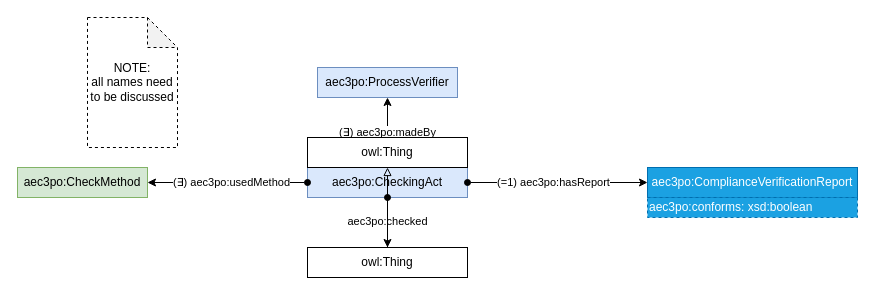
The draw.io diagram page "Copy of checking_act" (5 of 48) of src/aec3po.drawio in Accord-Project/aec3po, before the edit. Source tidied: cells renumbered, new cells numbered last; positions are measured from the earlier drawing's top-left corner, leaving out a move shared by most shapes. Both pictures are drawn from the tidied source at 100%, with x=0, y=0 at pixel (17, 17).
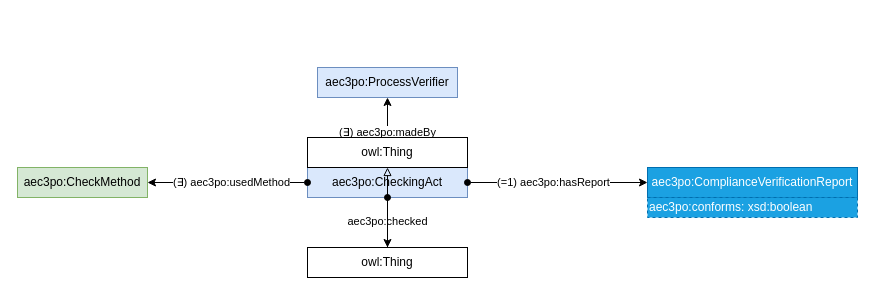
The same diagram, later.

Diff of the diagram source:
```diff
@@
 <mxGraphModel>
   <root>
     <mxCell id="0" />
     <mxCell id="1" parent="0" />
     <mxCell id="2" value="aec3po:CheckMethod" style="rounded=0;whiteSpace=wrap;html=1;snapToPoint=1;points=[[0.1,0],[0.2,0],[0.3,0],[0.4,0],[0.5,0],[0.6,0],[0.7,0],[0.8,0],[0.9,0],[0,0.1],[0,0.3],[0,0.5],[0,0.7],[0,0.9],[0.1,1],[0.2,1],[0.3,1],[0.4,1],[0.5,1],[0.6,1],[0.7,1],[0.8,1],[0.9,1],[1,0.1],[1,0.3],[1,0.5],[1,0.7],[1,0.9]];fillColor=#d5e8d4;strokeColor=#82b366;" parent="1" vertex="1">
       <mxGeometry y="150" width="130" height="30" as="geometry" />
     </mxCell>
     <mxCell id="3" value="aec3po:CheckingAct" style="rounded=0;whiteSpace=wrap;html=1;snapToPoint=1;points=[[0.1,0],[0.2,0],[0.3,0],[0.4,0],[0.5,0],[0.6,0],[0.7,0],[0.8,0],[0.9,0],[0,0.1],[0,0.3],[0,0.5],[0,0.7],[0,0.9],[0.1,1],[0.2,1],[0.3,1],[0.4,1],[0.5,1],[0.6,1],[0.7,1],[0.8,1],[0.9,1],[1,0.1],[1,0.3],[1,0.5],[1,0.7],[1,0.9]];fillColor=#dae8fc;strokeColor=#6c8ebf;" parent="1" vertex="1">
       <mxGeometry x="290" y="150" width="160" height="30" as="geometry" />
     </mxCell>
     <mxCell id="4" value="aec3po:ProcessVerifier" style="rounded=0;whiteSpace=wrap;html=1;snapToPoint=1;points=[[0.1,0],[0.2,0],[0.3,0],[0.4,0],[0.5,0],[0.6,0],[0.7,0],[0.8,0],[0.9,0],[0,0.1],[0,0.3],[0,0.5],[0,0.7],[0,0.9],[0.1,1],[0.2,1],[0.3,1],[0.4,1],[0.5,1],[0.6,1],[0.7,1],[0.8,1],[0.9,1],[1,0.1],[1,0.3],[1,0.5],[1,0.7],[1,0.9]];fillColor=#dae8fc;strokeColor=#6c8ebf;" parent="1" vertex="1">
       <mxGeometry x="300" y="50" width="140" height="30" as="geometry" />
     </mxCell>
     <mxCell id="5" value="(∃) aec3po:madeBy" style="edgeStyle=orthogonalEdgeStyle;rounded=0;jettySize=auto;html=1;entryX=0.5;entryY=1;entryDx=0;entryDy=0;startArrow=none;startFill=0;endArrow=classic;endFill=1;exitX=0.5;exitY=0;exitDx=0;exitDy=0;" parent="1" edge="1" source="3" target="4">
       <mxGeometry relative="1" as="geometry" />
     </mxCell>
     <mxCell id="6" value="(∃) aec3po:usedMethod" style="edgeStyle=orthogonalEdgeStyle;rounded=0;jettySize=auto;html=1;startArrow=oval;startFill=1;endArrow=classic;endFill=1;" parent="1" edge="1" source="3" target="2">
       <mxGeometry x="-0.05" relative="1" as="geometry">
         <Array as="points">
           <mxPoint x="362" y="176" />
           <mxPoint x="200" y="176" />
         </Array>
       </mxGeometry>
     </mxCell>
-    <mxCell id="7" value="NOTE: &lt;br&gt;all names need to be discussed" style="shape=note;whiteSpace=wrap;html=1;backgroundOutline=1;darkOpacity=0.05;fontSize=12;strokeColor=default;fillColor=none;dashed=1;" parent="1" vertex="1">
-      <mxGeometry x="70" width="90" height="130" as="geometry" />
-    </mxCell>
     <mxCell id="8" value="(=1) aec3po:hasReport" style="edgeStyle=orthogonalEdgeStyle;rounded=0;jettySize=auto;html=1;startArrow=oval;startFill=1;endArrow=classic;endFill=1;exitX=1;exitY=0.5;exitDx=0;exitDy=0;" parent="1" edge="1" source="3">
       <mxGeometry x="-0.05" relative="1" as="geometry">
         <mxPoint x="630" y="165" as="targetPoint" />
       </mxGeometry>
     </mxCell>
     <mxCell id="9" value="aec3po:ComplianceVerificationReport" style="rounded=0;whiteSpace=wrap;html=1;fillColor=#1ba1e2;strokeColor=#006EAF;fontColor=#ffffff;" parent="1" vertex="1">
       <mxGeometry x="630" y="150" width="210" height="30" as="geometry" />
     </mxCell>
     <mxCell id="10" value="aec3po:conforms: xsd:boolean" style="rounded=0;whiteSpace=wrap;html=1;fillColor=#1ba1e2;strokeColor=#006EAF;align=left;dashed=1;fontColor=#ffffff;" parent="1" vertex="1">
       <mxGeometry x="630" y="180" width="210" height="20" as="geometry" />
     </mxCell>
     <mxCell id="11" value="aec3po:checked" style="edgeStyle=orthogonalEdgeStyle;rounded=0;jettySize=auto;html=1;startArrow=oval;startFill=1;endArrow=classic;endFill=1;exitX=0.5;exitY=1;exitDx=0;exitDy=0;" parent="1" edge="1" source="3">
       <mxGeometry x="-0.05" relative="1" as="geometry">
         <mxPoint x="370" y="230" as="targetPoint" />
       </mxGeometry>
     </mxCell>
     <mxCell id="12" style="edgeStyle=orthogonalEdgeStyle;shape=connector;rounded=0;jettySize=auto;html=1;labelBackgroundColor=default;strokeColor=default;fontFamily=Helvetica;fontSize=11;fontColor=default;endArrow=block;endFill=0;" parent="1" edge="1" source="13" target="14">
       <mxGeometry relative="1" as="geometry" />
     </mxCell>
     <mxCell id="13" value="owl:Thing" style="rounded=0;whiteSpace=wrap;html=1;snapToPoint=1;points=[[0.1,0],[0.2,0],[0.3,0],[0.4,0],[0.5,0],[0.6,0],[0.7,0],[0.8,0],[0.9,0],[0,0.1],[0,0.3],[0,0.5],[0,0.7],[0,0.9],[0.1,1],[0.2,1],[0.3,1],[0.4,1],[0.5,1],[0.6,1],[0.7,1],[0.8,1],[0.9,1],[1,0.1],[1,0.3],[1,0.5],[1,0.7],[1,0.9]];" parent="1" vertex="1">
       <mxGeometry x="290" y="230" width="160" height="30" as="geometry" />
     </mxCell>
     <mxCell id="14" value="owl:Thing" style="rounded=0;whiteSpace=wrap;html=1;snapToPoint=1;points=[[0.1,0],[0.2,0],[0.3,0],[0.4,0],[0.5,0],[0.6,0],[0.7,0],[0.8,0],[0.9,0],[0,0.1],[0,0.3],[0,0.5],[0,0.7],[0,0.9],[0.1,1],[0.2,1],[0.3,1],[0.4,1],[0.5,1],[0.6,1],[0.7,1],[0.8,1],[0.9,1],[1,0.1],[1,0.3],[1,0.5],[1,0.7],[1,0.9]];" parent="1" vertex="1">
       <mxGeometry x="290" y="120" width="160" height="30" as="geometry" />
     </mxCell>
   </root>
 </mxGraphModel>
```
